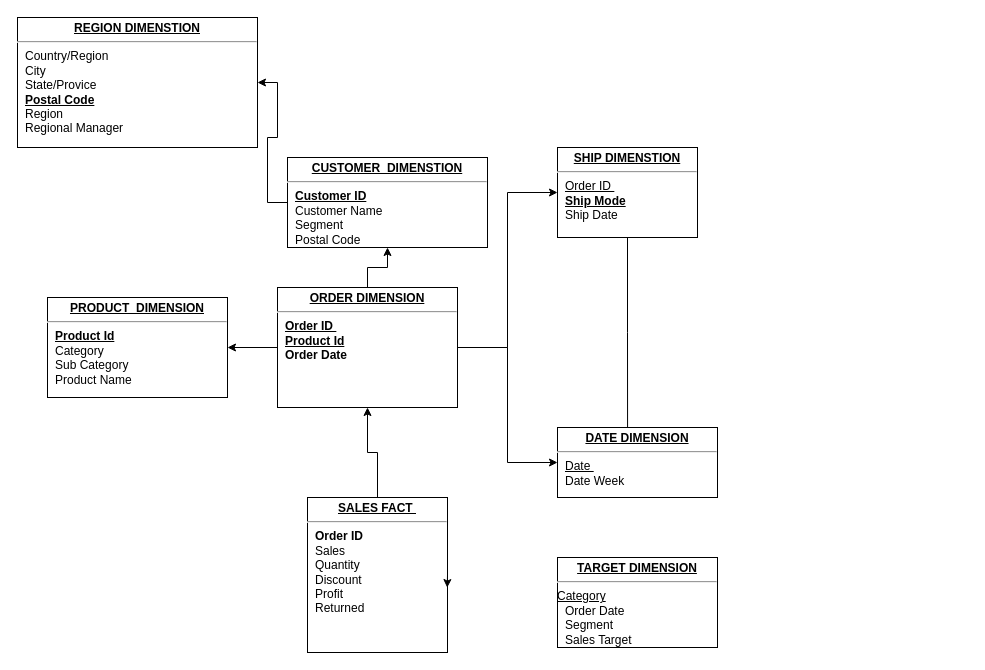
Before: sales.drawio in rajitharul/rajitharul, a draw.io diagram. Source tidied: cells renumbered, new cells numbered last; positions are measured from the earlier drawing's top-left corner, leaving out a move shared by most shapes. Both pictures are drawn from the tidied source at 100%, with x=0, y=0 at pixel (17, 17).
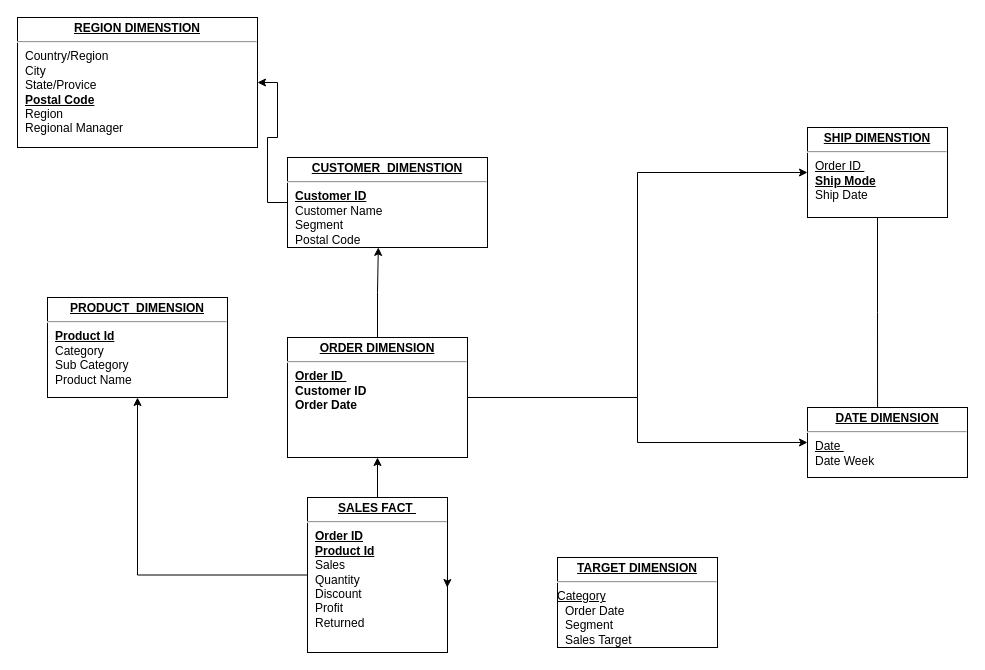
Above is the later version.

What changed in the source:
```diff
@@
 <mxGraphModel>
   <root>
     <mxCell id="0" />
     <mxCell id="1" parent="0" />
     <mxCell id="2" style="edgeStyle=orthogonalEdgeStyle;rounded=0;jettySize=auto;html=1;" parent="1" edge="1" source="3" target="15">
       <mxGeometry relative="1" as="geometry" />
     </mxCell>
+    <mxCell id="18" style="edgeStyle=orthogonalEdgeStyle;rounded=0;jettySize=auto;html=1;" parent="1" edge="1" source="3" target="10">
+      <mxGeometry relative="1" as="geometry" />
+    </mxCell>
-    <mxCell id="3" value="&lt;p style=&quot;margin: 0px ; margin-top: 4px ; text-align: center ; text-decoration: underline&quot;&gt;&lt;b&gt;SALES FACT&amp;nbsp;&lt;/b&gt;&lt;/p&gt;&lt;hr&gt;&lt;p style=&quot;margin: 0px ; margin-left: 8px&quot;&gt;&lt;b&gt;Order ID&amp;nbsp;&lt;/b&gt;&lt;/p&gt;&lt;p style=&quot;margin: 0px ; margin-left: 8px&quot;&gt;&lt;span style=&quot;background-color: initial;&quot;&gt;Sales&lt;/span&gt;&lt;br&gt;&lt;/p&gt;&lt;p style=&quot;margin: 0px ; margin-left: 8px&quot;&gt;&lt;span style=&quot;background-color: initial;&quot;&gt;Quantity&lt;/span&gt;&lt;/p&gt;&lt;p style=&quot;margin: 0px ; margin-left: 8px&quot;&gt;&lt;span style=&quot;background-color: initial;&quot;&gt;Discount&lt;/span&gt;&lt;/p&gt;&lt;p style=&quot;margin: 0px ; margin-left: 8px&quot;&gt;&lt;span style=&quot;background-color: initial;&quot;&gt;Profit&lt;/span&gt;&lt;/p&gt;&lt;p style=&quot;margin: 0px 0px 0px 8px;&quot;&gt;&lt;span style=&quot;background-color: initial;&quot;&gt;Returned&lt;/span&gt;&lt;/p&gt;&lt;div&gt;&lt;span style=&quot;background-color: initial;&quot;&gt;&lt;br&gt;&lt;/span&gt;&lt;/div&gt;&lt;p style=&quot;margin: 0px ; margin-left: 8px&quot;&gt;&amp;nbsp;&lt;/p&gt;" style="verticalAlign=top;align=left;overflow=fill;fontSize=12;fontFamily=Helvetica;html=1;rounded=0;shadow=0;comic=0;labelBackgroundColor=none;strokeWidth=1;" parent="1" vertex="1">
+    <mxCell id="3" value="&lt;p style=&quot;margin: 0px ; margin-top: 4px ; text-align: center ; text-decoration: underline&quot;&gt;&lt;b&gt;SALES FACT&amp;nbsp;&lt;/b&gt;&lt;/p&gt;&lt;hr&gt;&lt;p style=&quot;margin: 0px ; margin-left: 8px&quot;&gt;&lt;b&gt;&lt;u&gt;Order ID&lt;/u&gt;&lt;/b&gt;&lt;/p&gt;&lt;p style=&quot;margin: 0px 0px 0px 8px;&quot;&gt;&lt;span style=&quot;background-color: initial;&quot;&gt;&lt;b&gt;&lt;u&gt;Product Id&lt;/u&gt;&lt;/b&gt;&lt;/span&gt;&lt;/p&gt;&lt;p style=&quot;margin: 0px ; margin-left: 8px&quot;&gt;&lt;span style=&quot;background-color: initial;&quot;&gt;Sales&lt;/span&gt;&lt;br&gt;&lt;/p&gt;&lt;p style=&quot;margin: 0px ; margin-left: 8px&quot;&gt;&lt;span style=&quot;background-color: initial;&quot;&gt;Quantity&lt;/span&gt;&lt;/p&gt;&lt;p style=&quot;margin: 0px ; margin-left: 8px&quot;&gt;&lt;span style=&quot;background-color: initial;&quot;&gt;Discount&lt;/span&gt;&lt;/p&gt;&lt;p style=&quot;margin: 0px ; margin-left: 8px&quot;&gt;&lt;span style=&quot;background-color: initial;&quot;&gt;Profit&lt;/span&gt;&lt;/p&gt;&lt;p style=&quot;margin: 0px 0px 0px 8px;&quot;&gt;&lt;span style=&quot;background-color: initial;&quot;&gt;Returned&lt;/span&gt;&lt;/p&gt;&lt;div&gt;&lt;span style=&quot;background-color: initial;&quot;&gt;&lt;br&gt;&lt;/span&gt;&lt;/div&gt;&lt;p style=&quot;margin: 0px ; margin-left: 8px&quot;&gt;&amp;nbsp;&lt;/p&gt;" style="verticalAlign=top;align=left;overflow=fill;fontSize=12;fontFamily=Helvetica;html=1;rounded=0;shadow=0;comic=0;labelBackgroundColor=none;strokeWidth=1;" parent="1" vertex="1">
       <mxGeometry x="290" y="480" width="140" height="155" as="geometry" />
     </mxCell>
     <mxCell id="4" style="edgeStyle=orthogonalEdgeStyle;rounded=0;jettySize=auto;html=1;entryX=0.438;entryY=0.286;entryDx=0;entryDy=0;entryPerimeter=0;" parent="1" edge="1" source="5" target="6">
       <mxGeometry relative="1" as="geometry" />
     </mxCell>
     <mxCell id="5" value="&lt;p style=&quot;margin: 0px ; margin-top: 4px ; text-align: center ; text-decoration: underline&quot;&gt;&lt;b&gt;SHIP DIMENSTION&lt;/b&gt;&lt;/p&gt;&lt;hr&gt;&lt;p style=&quot;margin: 0px ; margin-left: 8px&quot;&gt;&lt;u&gt;Order ID&amp;nbsp;&lt;/u&gt;&lt;/p&gt;&lt;p style=&quot;margin: 0px ; margin-left: 8px&quot;&gt;&lt;u&gt;&lt;b&gt;Ship Mode&lt;/b&gt;&lt;/u&gt;&lt;/p&gt;&lt;p style=&quot;margin: 0px ; margin-left: 8px&quot;&gt;&lt;span style=&quot;background-color: initial;&quot;&gt;Ship Date&lt;/span&gt;&lt;/p&gt;&lt;p style=&quot;margin: 0px ; margin-left: 8px&quot;&gt;&lt;br&gt;&lt;/p&gt;" style="verticalAlign=top;align=left;overflow=fill;fontSize=12;fontFamily=Helvetica;html=1;rounded=0;shadow=0;comic=0;labelBackgroundColor=none;strokeWidth=1;" parent="1" vertex="1">
-      <mxGeometry x="540" y="130" width="140" height="90" as="geometry" />
+      <mxGeometry x="790" y="110" width="140" height="90" as="geometry" />
     </mxCell>
     <mxCell id="6" value="&lt;p style=&quot;margin: 0px ; margin-top: 4px ; text-align: center ; text-decoration: underline&quot;&gt;&lt;b&gt;DATE DIMENSION&lt;/b&gt;&lt;/p&gt;&lt;hr&gt;&lt;p style=&quot;margin: 0px ; margin-left: 8px&quot;&gt;&lt;u&gt;Date&amp;nbsp;&lt;br&gt;&lt;/u&gt;&lt;/p&gt;&lt;p style=&quot;margin: 0px ; margin-left: 8px&quot;&gt;Date Week&lt;/p&gt;" style="verticalAlign=top;align=left;overflow=fill;fontSize=12;fontFamily=Helvetica;html=1;rounded=0;shadow=0;comic=0;labelBackgroundColor=none;strokeWidth=1;" parent="1" vertex="1">
-      <mxGeometry x="540" y="410" width="160" height="70" as="geometry" />
+      <mxGeometry x="790" y="390" width="160" height="70" as="geometry" />
     </mxCell>
     <mxCell id="7" style="edgeStyle=orthogonalEdgeStyle;rounded=0;jettySize=auto;html=1;entryX=1;entryY=0.5;entryDx=0;entryDy=0;" parent="1" edge="1" source="8" target="9">
       <mxGeometry relative="1" as="geometry" />
     </mxCell>
     <mxCell id="8" value="&lt;p style=&quot;margin: 0px ; margin-top: 4px ; text-align: center ; text-decoration: underline&quot;&gt;&lt;b&gt;CUSTOMER_DIMENSTION&lt;/b&gt;&lt;/p&gt;&lt;hr&gt;&lt;p style=&quot;margin: 0px ; margin-left: 8px&quot;&gt;&lt;span style=&quot;background-color: initial;&quot;&gt;&lt;b&gt;&lt;u&gt;Customer ID&lt;/u&gt;&lt;/b&gt;&lt;/span&gt;&lt;/p&gt;&lt;p style=&quot;margin: 0px ; margin-left: 8px&quot;&gt;Customer Name&lt;/p&gt;&lt;p style=&quot;margin: 0px ; margin-left: 8px&quot;&gt;Segment&amp;nbsp;&lt;/p&gt;&lt;p style=&quot;margin: 0px ; margin-left: 8px&quot;&gt;Postal Code&lt;/p&gt;" style="verticalAlign=top;align=left;overflow=fill;fontSize=12;fontFamily=Helvetica;html=1;rounded=0;shadow=0;comic=0;labelBackgroundColor=none;strokeWidth=1;" parent="1" vertex="1">
       <mxGeometry x="270" y="140" width="200" height="90" as="geometry" />
     </mxCell>
     <mxCell id="9" value="&lt;p style=&quot;margin: 0px ; margin-top: 4px ; text-align: center ; text-decoration: underline&quot;&gt;&lt;b&gt;REGION DIMENSTION&lt;/b&gt;&lt;/p&gt;&lt;hr&gt;&lt;p style=&quot;margin: 0px ; margin-left: 8px&quot;&gt;Country/Region&lt;/p&gt;&lt;p style=&quot;margin: 0px ; margin-left: 8px&quot;&gt;City&amp;nbsp;&lt;/p&gt;&lt;p style=&quot;margin: 0px ; margin-left: 8px&quot;&gt;State/Provice&lt;/p&gt;&lt;p style=&quot;margin: 0px ; margin-left: 8px&quot;&gt;&lt;b&gt;&lt;u&gt;Postal Code&lt;/u&gt;&lt;/b&gt;&lt;/p&gt;&lt;p style=&quot;margin: 0px ; margin-left: 8px&quot;&gt;Region&lt;/p&gt;&lt;p style=&quot;margin: 0px ; margin-left: 8px&quot;&gt;Regional Manager&lt;/p&gt;&lt;p style=&quot;margin: 0px ; margin-left: 8px&quot;&gt;&lt;b&gt;&lt;br&gt;&lt;/b&gt;&lt;/p&gt;" style="verticalAlign=top;align=left;overflow=fill;fontSize=12;fontFamily=Helvetica;html=1;rounded=0;shadow=0;comic=0;labelBackgroundColor=none;strokeWidth=1;" parent="1" vertex="1">
       <mxGeometry width="240" height="130" as="geometry" />
     </mxCell>
     <mxCell id="10" value="&lt;p style=&quot;margin: 0px ; margin-top: 4px ; text-align: center ; text-decoration: underline&quot;&gt;&lt;b&gt;PRODUCT_DIMENSION&lt;/b&gt;&lt;/p&gt;&lt;hr&gt;&lt;p style=&quot;margin: 0px ; margin-left: 8px&quot;&gt;&lt;span style=&quot;background-color: initial;&quot;&gt;&lt;b&gt;&lt;u&gt;Product Id&lt;/u&gt;&lt;/b&gt;&lt;/span&gt;&lt;/p&gt;&lt;p style=&quot;margin: 0px ; margin-left: 8px&quot;&gt;Category&lt;/p&gt;&lt;p style=&quot;margin: 0px ; margin-left: 8px&quot;&gt;Sub Category&lt;/p&gt;&lt;p style=&quot;margin: 0px ; margin-left: 8px&quot;&gt;Product Name&lt;/p&gt;" style="verticalAlign=top;align=left;overflow=fill;fontSize=12;fontFamily=Helvetica;html=1;rounded=0;shadow=0;comic=0;labelBackgroundColor=none;strokeWidth=1;" parent="1" vertex="1">
       <mxGeometry x="30" y="280" width="180" height="100" as="geometry" />
     </mxCell>
-    <mxCell id="11" style="edgeStyle=orthogonalEdgeStyle;rounded=0;jettySize=auto;html=1;" parent="1" edge="1" source="15" target="10">
-      <mxGeometry relative="1" as="geometry" />
-    </mxCell>
     <mxCell id="12" style="edgeStyle=orthogonalEdgeStyle;rounded=0;jettySize=auto;html=1;entryX=0;entryY=0.5;entryDx=0;entryDy=0;" parent="1" edge="1" source="15" target="6">
       <mxGeometry relative="1" as="geometry" />
     </mxCell>
     <mxCell id="13" style="edgeStyle=orthogonalEdgeStyle;rounded=0;jettySize=auto;html=1;entryX=0;entryY=0.5;entryDx=0;entryDy=0;" parent="1" edge="1" source="15" target="5">
       <mxGeometry relative="1" as="geometry" />
     </mxCell>
-    <mxCell id="14" style="edgeStyle=orthogonalEdgeStyle;rounded=0;jettySize=auto;html=1;entryX=0.5;entryY=1;entryDx=0;entryDy=0;" parent="1" edge="1" source="15" target="8">
+    <mxCell id="14" style="edgeStyle=orthogonalEdgeStyle;rounded=0;jettySize=auto;html=1;entryX=0.454;entryY=0.999;entryDx=0;entryDy=0;entryPerimeter=0;" parent="1" edge="1" source="15" target="8">
       <mxGeometry relative="1" as="geometry" />
     </mxCell>
-    <mxCell id="15" value="&lt;p style=&quot;margin: 0px ; margin-top: 4px ; text-align: center ; text-decoration: underline&quot;&gt;&lt;b&gt;ORDER DIMENSION&lt;/b&gt;&lt;/p&gt;&lt;hr&gt;&lt;p style=&quot;margin: 0px 0px 0px 8px;&quot;&gt;&lt;b&gt;&lt;u&gt;Order ID&amp;nbsp;&lt;/u&gt;&lt;/b&gt;&lt;/p&gt;&lt;p style=&quot;margin: 0px 0px 0px 8px;&quot;&gt;&lt;span style=&quot;background-color: initial;&quot;&gt;&lt;b&gt;&lt;u&gt;Product Id&lt;/u&gt;&lt;/b&gt;&lt;/span&gt;&lt;/p&gt;&lt;p style=&quot;margin: 0px 0px 0px 8px;&quot;&gt;&lt;span style=&quot;background-color: initial;&quot;&gt;&lt;b&gt;Order Date&amp;nbsp;&lt;/b&gt;&lt;/span&gt;&lt;/p&gt;&lt;p style=&quot;margin: 0px ; margin-left: 8px&quot;&gt;&lt;br&gt;&lt;/p&gt;" style="verticalAlign=top;align=left;overflow=fill;fontSize=12;fontFamily=Helvetica;html=1;rounded=0;shadow=0;comic=0;labelBackgroundColor=none;strokeWidth=1;" parent="1" vertex="1">
-      <mxGeometry x="260" y="270" width="180" height="120" as="geometry" />
+    <mxCell id="15" value="&lt;p style=&quot;margin: 0px ; margin-top: 4px ; text-align: center ; text-decoration: underline&quot;&gt;&lt;b&gt;ORDER DIMENSION&lt;/b&gt;&lt;/p&gt;&lt;hr&gt;&lt;p style=&quot;margin: 0px 0px 0px 8px;&quot;&gt;&lt;b&gt;&lt;u&gt;Order ID&amp;nbsp;&lt;/u&gt;&lt;/b&gt;&lt;/p&gt;&lt;p style=&quot;margin: 0px 0px 0px 8px;&quot;&gt;&lt;span style=&quot;background-color: initial;&quot;&gt;&lt;b&gt;Customer ID&lt;/b&gt;&lt;/span&gt;&lt;/p&gt;&lt;p style=&quot;margin: 0px 0px 0px 8px;&quot;&gt;&lt;b style=&quot;background-color: initial;&quot;&gt;Order Date&amp;nbsp;&lt;/b&gt;&lt;br&gt;&lt;/p&gt;&lt;p style=&quot;margin: 0px ; margin-left: 8px&quot;&gt;&lt;br&gt;&lt;/p&gt;" style="verticalAlign=top;align=left;overflow=fill;fontSize=12;fontFamily=Helvetica;html=1;rounded=0;shadow=0;comic=0;labelBackgroundColor=none;strokeWidth=1;" parent="1" vertex="1">
+      <mxGeometry x="270" y="320" width="180" height="120" as="geometry" />
     </mxCell>
     <mxCell id="16" style="edgeStyle=orthogonalEdgeStyle;rounded=0;orthogonalLoop=1;jettySize=auto;html=1;exitX=1;exitY=0.5;exitDx=0;exitDy=0;entryX=0.998;entryY=0.581;entryDx=0;entryDy=0;entryPerimeter=0;" parent="1" edge="1" source="3" target="3">
       <mxGeometry relative="1" as="geometry" />
     </mxCell>
     <mxCell id="17" value="&lt;p style=&quot;margin: 0px ; margin-top: 4px ; text-align: center ; text-decoration: underline&quot;&gt;&lt;b&gt;TARGET DIMENSION&lt;/b&gt;&lt;/p&gt;&lt;hr&gt;&lt;u&gt;Category&lt;/u&gt;&lt;p style=&quot;margin: 0px ; margin-left: 8px&quot;&gt;Order Date&lt;br&gt;&lt;/p&gt;&lt;p style=&quot;margin: 0px ; margin-left: 8px&quot;&gt;Segment&lt;br&gt;&lt;/p&gt;&lt;p style=&quot;margin: 0px ; margin-left: 8px&quot;&gt;Sales Target&lt;br&gt;&lt;/p&gt;" style="verticalAlign=top;align=left;overflow=fill;fontSize=12;fontFamily=Helvetica;html=1;rounded=0;shadow=0;comic=0;labelBackgroundColor=none;strokeWidth=1;" parent="1" vertex="1">
       <mxGeometry x="540" y="540" width="160" height="90" as="geometry" />
     </mxCell>
   </root>
 </mxGraphModel>
```
